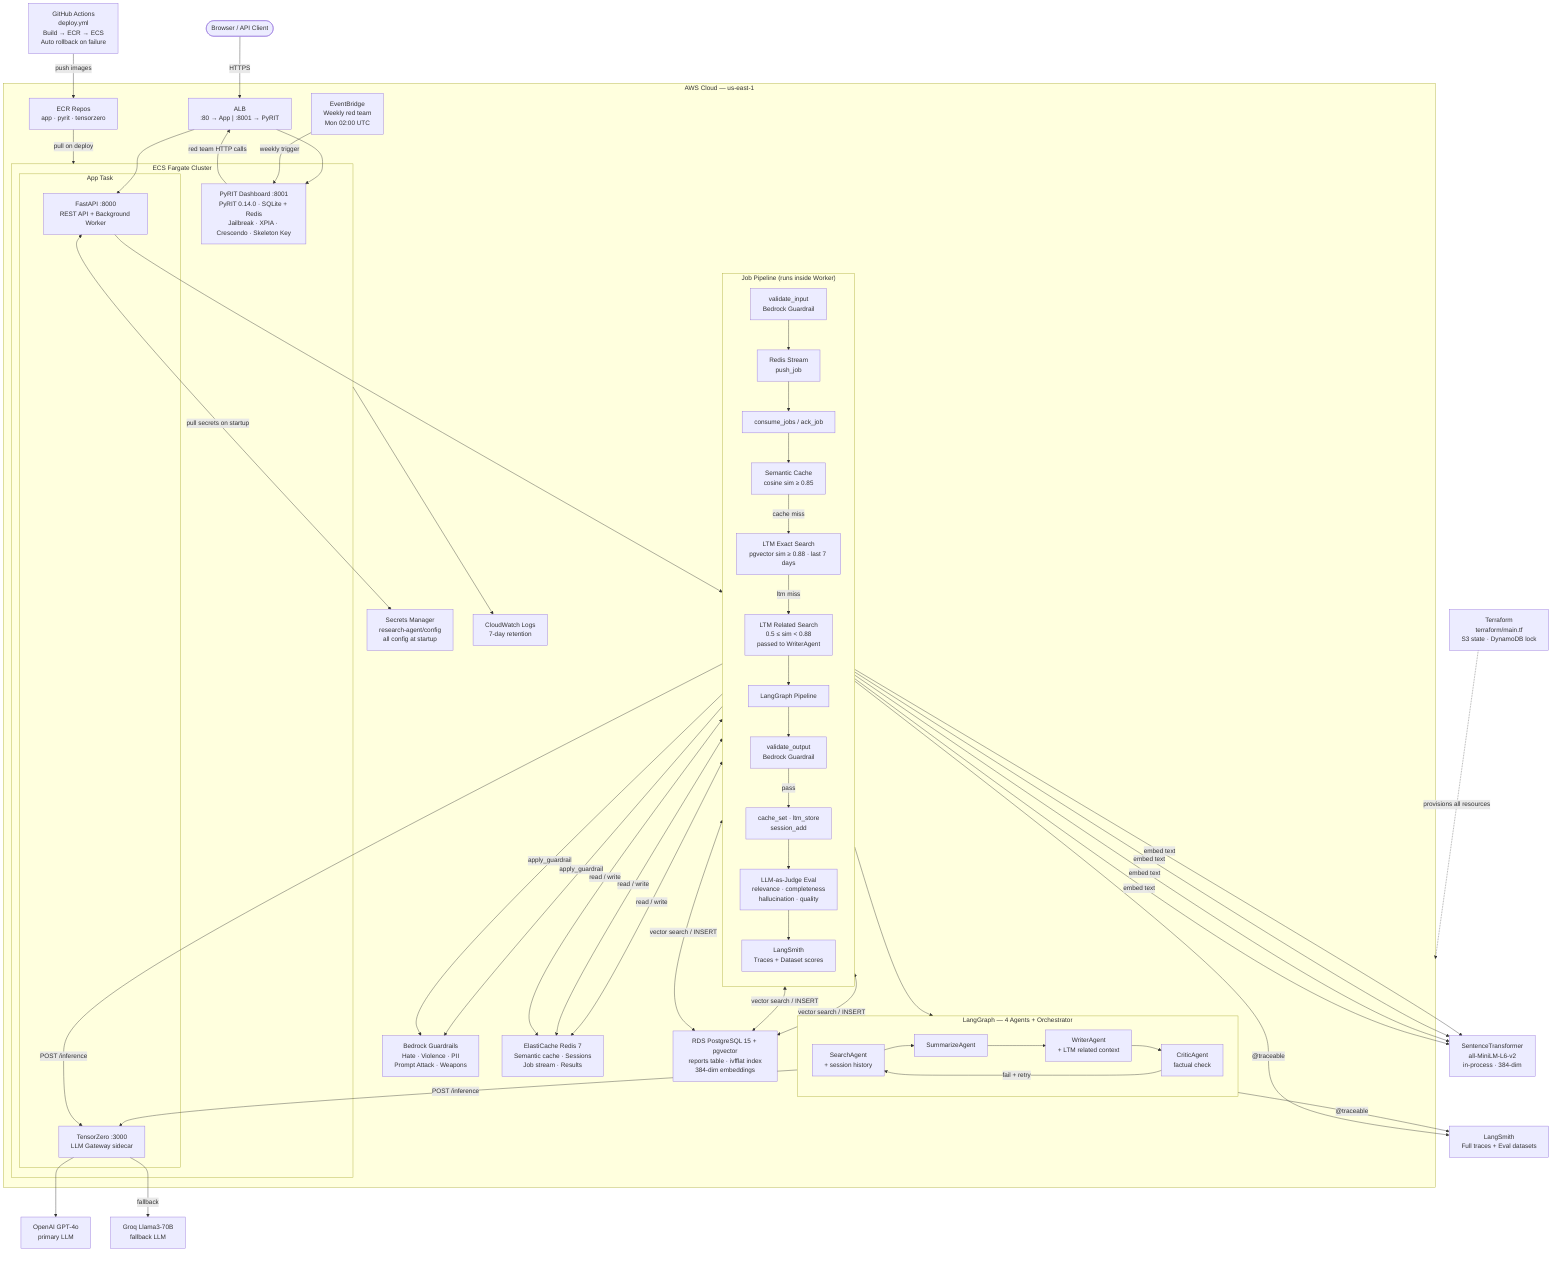
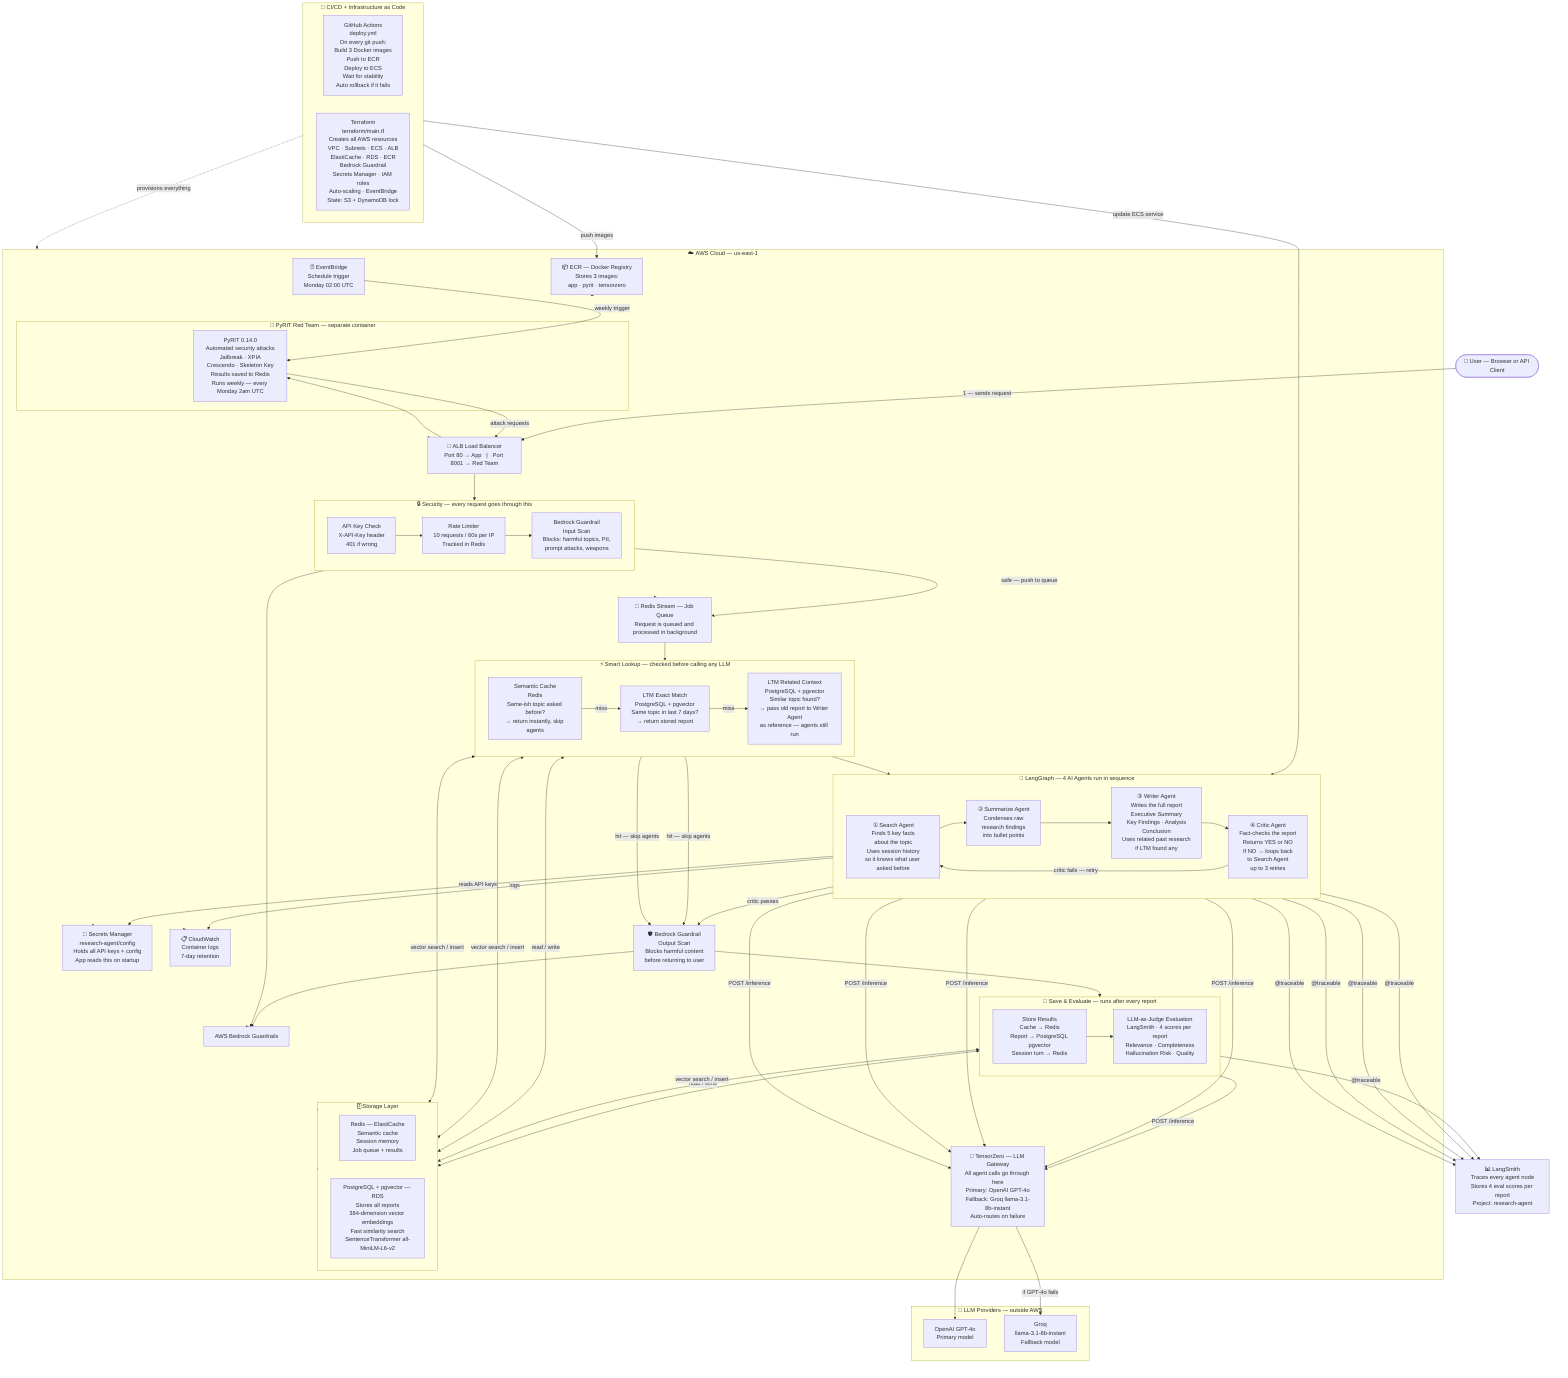
flowchart TD

-     User(["Browser / API Client"])
+     User(["👤 User — Browser or API Client"])

-     subgraph AWS["AWS Cloud — us-east-1"]
+     subgraph AWS["☁️ AWS Cloud — us-east-1"]

-         ALB["ALB\n:80 → App  |  :8001 → PyRIT"]
+         ALB["🔀 ALB Load Balancer\nPort 80 → App   |   Port 8001 → Red Team"]

-         subgraph ECS["ECS Fargate Cluster"]
- 
-             subgraph AppTask["App Task"]
-                 API["FastAPI :8000\nREST API + Background Worker"]
-                 TZ["TensorZero :3000\nLLM Gateway sidecar"]
-             end
- 
-             PyRIT["PyRIT Dashboard :8001\nPyRIT 0.14.0 · SQLite + Redis\nJailbreak · XPIA · Crescendo · Skeleton Key"]
- 
+         subgraph Security["🔒 Security — every request goes through this"]
+             direction LR
+             Auth["API Key Check\nX-API-Key header\n401 if wrong"]
+             Rate["Rate Limiter\n10 requests / 60s per IP\nTracked in Redis"]
+             GIn["Bedrock Guardrail\nInput Scan\nBlocks: harmful topics, PII,\nprompt attacks, weapons"]
        end

-         subgraph JobPipeline["Job Pipeline  (runs inside Worker)"]
-             direction TB
-             V1["validate_input\nBedrock Guardrail"] --> Q["Redis Stream\npush_job"]
-             Q --> W["consume_jobs / ack_job"]
-             W --> C["Semantic Cache\ncosine sim ≥ 0.85"]
-             C -->|"cache miss"| L["LTM Exact Search\npgvector sim ≥ 0.88 · last 7 days"]
-             L -->|"ltm miss"| LA["LTM Related Search\n0.5 ≤ sim < 0.88\npassed to WriterAgent"]
-             LA --> G["LangGraph Pipeline"]
-             G --> V2["validate_output\nBedrock Guardrail"]
-             V2 -->|"pass"| S["cache_set · ltm_store\nsession_add"]
-             S --> E["LLM-as-Judge Eval\nrelevance · completeness\nhallucination · quality"]
-             E --> LS["LangSmith\nTraces + Dataset scores"]
+         Queue["📨 Redis Stream — Job Queue\nRequest is queued and processed in background"]
+ 
+         subgraph SmartCache["⚡ Smart Lookup — checked before calling any LLM"]
+             direction LR
+             Cache["Semantic Cache\nRedis\nSame-ish topic asked before?\n→ return instantly, skip agents"]
+             LTMExact["LTM Exact Match\nPostgreSQL + pgvector\nSame topic in last 7 days?\n→ return stored report"]
+             LTMRelated["LTM Related Context\nPostgreSQL + pgvector\nSimilar topic found?\n→ pass old report to Writer Agent\nas reference — agents still run"]
        end

-         subgraph Agents["LangGraph — 4 Agents + Orchestrator"]
+         subgraph LangGraph["🤖 LangGraph — 4 AI Agents run in sequence"]
            direction LR
-             Search["SearchAgent\n+ session history"] --> Sum["SummarizeAgent"]
-             Sum --> Write["WriterAgent\n+ LTM related context"]
-             Write --> Critic["CriticAgent\nfactual check"]
-             Critic -->|"fail + retry"| Search
+             S1["① Search Agent\nFinds 5 key facts\nabout the topic\nUses session history\nso it knows what user asked before"]
+             S2["② Summarize Agent\nCondenses raw\nresearch findings\ninto bullet points"]
+             S3["③ Writer Agent\nWrites the full report\nExecutive Summary\nKey Findings · Analysis\nConclusion\nUses related past research\nif LTM found any"]
+             S4["④ Critic Agent\nFact-checks the report\nReturns YES or NO\nIf NO → loops back\nto Search Agent\nup to 3 retries"]
        end

-         Bedrock["Bedrock Guardrails\nHate · Violence · PII\nPrompt Attack · Weapons"]
-         Secrets["Secrets Manager\nresearch-agent/config\nall config at startup"]
-         Redis["ElastiCache Redis 7\nSemantic cache · Sessions\nJob stream · Results"]
-         RDS["RDS PostgreSQL 15 + pgvector\nreports table · ivfflat index\n384-dim embeddings"]
-         ECR["ECR Repos\napp · pyrit · tensorzero"]
-         CW["CloudWatch Logs\n7-day retention"]
-         EB["EventBridge\nWeekly red team\nMon 02:00 UTC"]
+         TZ["🔀 TensorZero — LLM Gateway\nAll agent calls go through here\nPrimary: OpenAI GPT-4o\nFallback: Groq llama-3.1-8b-instant\nAuto-routes on failure"]
+ 
+         GOut["🛡️ Bedrock Guardrail\nOutput Scan\nBlocks harmful content\nbefore returning to user"]
+ 
+         subgraph Save["💾 Save & Evaluate — runs after every report"]
+             direction LR
+             Store["Store Results\nCache → Redis\nReport → PostgreSQL pgvector\nSession turn → Redis"]
+             Eval["LLM-as-Judge Evaluation\nLangSmith · 4 scores per report\nRelevance · Completeness\nHallucination Risk · Quality"]
+         end
+ 
+         subgraph Datastores["🗄️ Storage Layer"]
+             direction LR
+             Redis["Redis — ElastiCache\nSemantic cache\nSession memory\nJob queue + results"]
+             RDS["PostgreSQL + pgvector — RDS\nStores all reports\n384-dimension vector embeddings\nFast similarity search\nSentenceTransformer all-MiniLM-L6-v2"]
+         end
+ 
+         subgraph RedTeam["🔴 PyRIT Red Team — separate container"]
+             PyRIT["PyRIT 0.14.0\nAutomated security attacks\nJailbreak · XPIA\nCrescendo · Skeleton Key\nResults saved to Redis\nRuns weekly — every Monday 2am UTC"]
+         end
+ 
+         Secrets["🔐 Secrets Manager\nresearch-agent/config\nHolds all API keys + config\nApp reads this on startup"]
+         ECR["📦 ECR — Docker Registry\nStores 3 images:\napp · pyrit · tensorzero"]
+         CW["📋 CloudWatch\nContainer logs\n7-day retention"]
+         EB["⏰ EventBridge\nSchedule trigger\nMonday 02:00 UTC"]
+         Bedrock["AWS Bedrock Guardrails"]

    end

-     OpenAI["OpenAI GPT-4o\nprimary LLM"]
-     Groq["Groq Llama3-70B\nfallback LLM"]
-     LangSmith["LangSmith\nFull traces + Eval datasets"]
-     ST["SentenceTransformer\nall-MiniLM-L6-v2\nin-process · 384-dim"]
-     TF["Terraform\nterraform/main.tf\nS3 state · DynamoDB lock"]
-     GH["GitHub Actions\ndeploy.yml\nBuild → ECR → ECS\nAuto rollback on failure"]
+     subgraph LLMs["🧠 LLM Providers — outside AWS"]
+         GPT4o["OpenAI GPT-4o\nPrimary model"]
+         Groq["Groq\nllama-3.1-8b-instant\nFallback model"]
+     end

-     User -->|"HTTPS"| ALB
-     ALB --> API
+     LangSmith["📊 LangSmith\nTraces every agent node\nStores 4 eval scores per report\nProject: research-agent"]
+ 
+     subgraph CICD["🔄 CI/CD + Infrastructure as Code"]
+         direction LR
+         GH["GitHub Actions\ndeploy.yml\nOn every git push:\nBuild 3 Docker images\nPush to ECR\nDeploy to ECS\nWait for stability\nAuto rollback if it fails"]
+         TF["Terraform\nterraform/main.tf\nCreates all AWS resources\nVPC · Subnets · ECS · ALB\nElastiCache · RDS · ECR\nBedrock Guardrail\nSecrets Manager · IAM roles\nAuto-scaling · EventBridge\nState: S3 + DynamoDB lock"]
+     end
+ 
+     %% ── Main Request Flow ──────────────────────────────────
+     User -->|"1 — sends request"| ALB
+     ALB --> Auth --> Rate --> GIn
+     GIn -->|"safe — push to queue"| Queue
+     Queue --> Cache
+     Cache -->|"miss"| LTMExact
+     LTMExact -->|"miss"| LTMRelated
+     LTMRelated --> S1 --> S2 --> S3 --> S4
+     S4 -->|"critic fails — retry"| S1
+     S4 -->|"critic passes"| GOut
+     Cache -->|"hit — skip agents"| GOut
+     LTMExact -->|"hit — skip agents"| GOut
+     GOut --> Store --> Eval
+ 
+     %% ── LLM Calls ──────────────────────────────────────────
+     S1 & S2 & S3 & S4 & Eval -->|"POST /inference"| TZ
+     TZ --> GPT4o
+     TZ -->|"if GPT-4o fails"| Groq
+ 
+     %% ── Storage Read/Write ─────────────────────────────────
+     Cache & Store <-->|"read / write"| Redis
+     LTMExact & LTMRelated & Store <-->|"vector search / insert"| RDS
+     GIn & GOut --> Bedrock
+ 
+     %% ── Observability ──────────────────────────────────────
+     S1 & S2 & S3 & S4 & Eval -->|"@traceable"| LangSmith
+ 
+     %% ── Red Team ───────────────────────────────────────────
    ALB --> PyRIT
-     PyRIT -->|"red team HTTP calls"| ALB
+     PyRIT -->|"attack requests"| ALB
    EB -->|"weekly trigger"| PyRIT

-     API <-->|"pull secrets on startup"| Secrets
-     API --> JobPipeline
-     G --> Agents
- 
-     V1 & V2 -->|"apply_guardrail"| Bedrock
- 
-     C & L & LA & S -->|"embed text"| ST
-     W & C & S <-->|"read / write"| Redis
-     L & LA & S <-->|"vector search / INSERT"| RDS
- 
-     Agents -->|"POST /inference"| TZ
-     E -->|"POST /inference"| TZ
-     TZ --> OpenAI
-     TZ -->|"fallback"| Groq
- 
-     Agents & E -->|"@traceable"| LangSmith
- 
+     %% ── Infra ──────────────────────────────────────────────
+     ALB & Queue & Redis & RDS & Bedrock & Secrets & ECR & CW & EB --> AWS
    GH -->|"push images"| ECR
-     ECR -->|"pull on deploy"| ECS
-     ECS --> CW
-     TF -.->|"provisions all resources"| AWS
+     GH -->|"update ECS service"| LangGraph
+     TF -.->|"provisions everything"| AWS
+     LangGraph -->|"logs"| CW
+     LangGraph -->|"reads API keys"| Secrets
